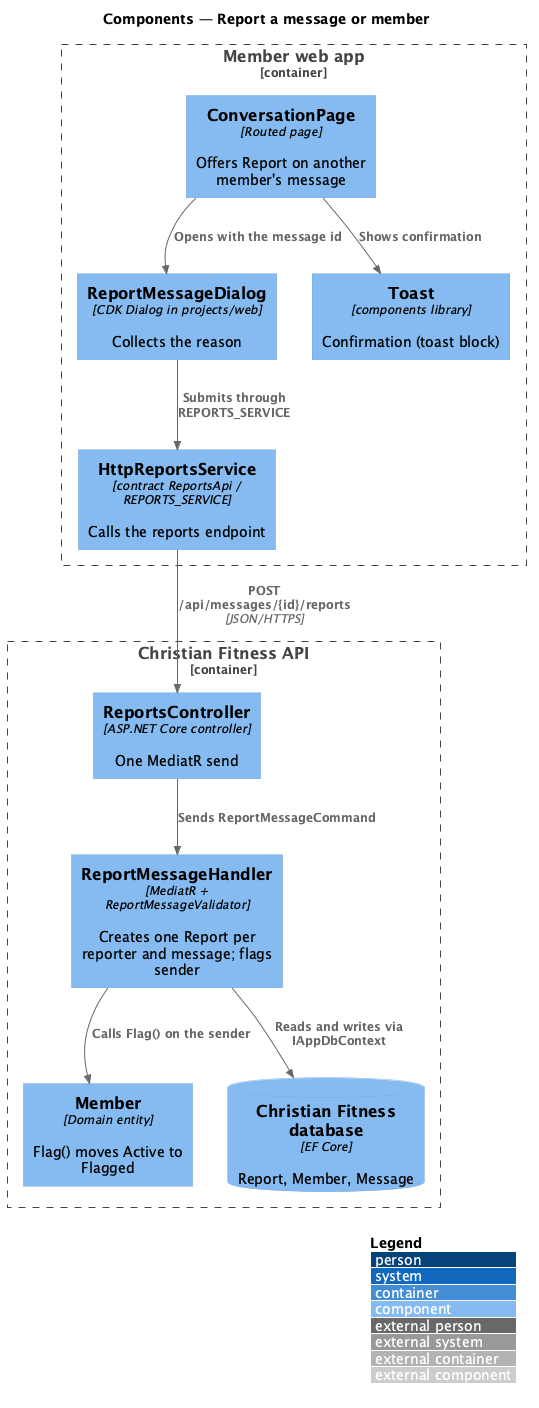
QuinntyneBrown/christian-fitness keeps this PlantUML diagram as docs/detailed-designs/messages/report-message-or-member/diagrams/c4-component.png. Above is the earlier version.
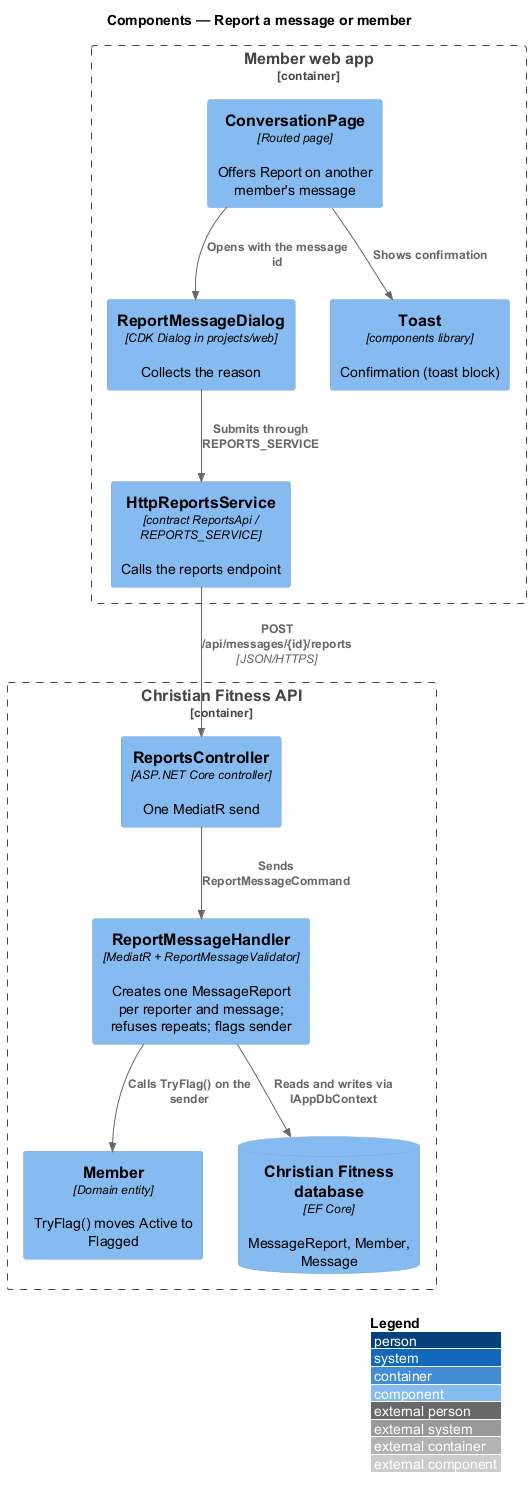
The same diagram one commit later.

Change to the diagram source:
```diff
@@ -11,15 +11,15 @@
 }
 Container_Boundary(api, "Christian Fitness API") {
   Component(ctrl, "ReportsController", "ASP.NET Core controller", "One MediatR send")
-  Component(h, "ReportMessageHandler", "MediatR + ReportMessageValidator", "Creates one Report per reporter and message; flags sender")
-  Component(member, "Member", "Domain entity", "Flag() moves Active to Flagged")
-  ComponentDb(db, "Christian Fitness database", "EF Core", "Report, Member, Message")
+  Component(h, "ReportMessageHandler", "MediatR + ReportMessageValidator", "Creates one MessageReport per reporter and message; refuses repeats; flags sender")
+  Component(member, "Member", "Domain entity", "TryFlag() moves Active to Flagged")
+  ComponentDb(db, "Christian Fitness database", "EF Core", "MessageReport, Member, Message")
 }
 Rel(page, dlg, "Opens with the message id")
 Rel(dlg, svc, "Submits through REPORTS_SERVICE")
 Rel(page, toast, "Shows confirmation")
 Rel(svc, ctrl, "POST /api/messages/{id}/reports", "JSON/HTTPS")
 Rel(ctrl, h, "Sends ReportMessageCommand")
-Rel(h, member, "Calls Flag() on the sender")
+Rel(h, member, "Calls TryFlag() on the sender")
 Rel(h, db, "Reads and writes via IAppDbContext")
 @enduml
```
